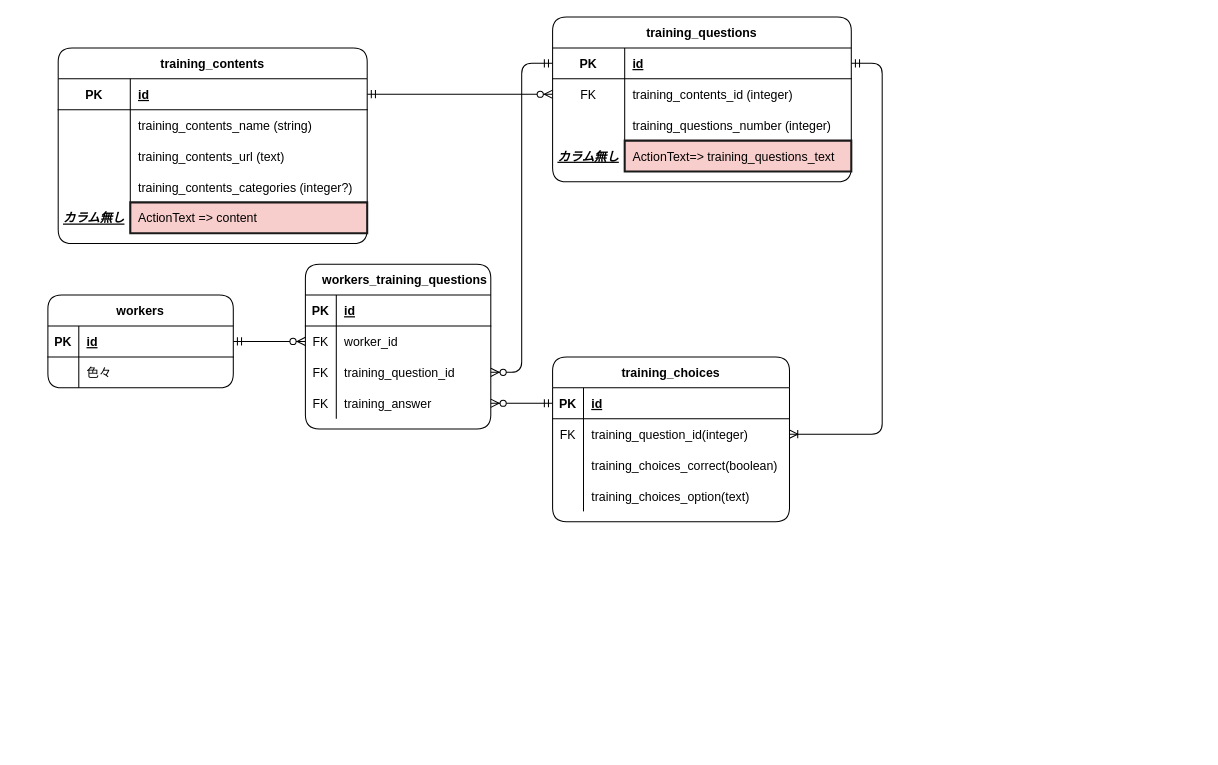
Earlier version of the draw.io diagram page "Comoly-共有用" (2 of 2) of models.drawio (Yuluki-10/quiz-app). Source tidied: cells renumbered, new cells numbered last; positions are measured from the earlier drawing's top-left corner, leaving out a move shared by most shapes. Both pictures are drawn from the tidied source at 103%, with x=0, y=0 at pixel (47, 16).
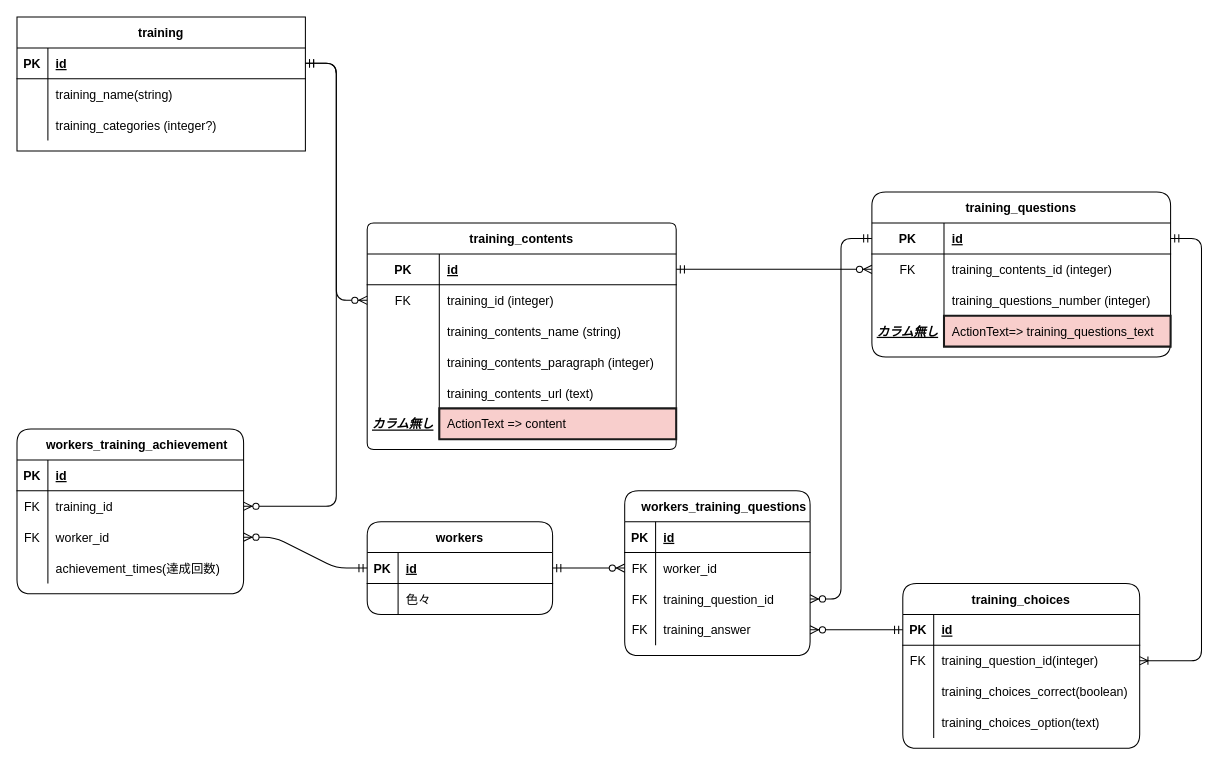
The same diagram, later.

Unchanged cells that the change refers to:
```xml
<mxCell id="32" style="shape=partialRectangle;fillColor=none;top=0;left=0;bottom=1;right=0;points=[[0,0.5],[1,0.5]];portConstraint=eastwest;rounded=1;" parent="31" vertex="1">
  <mxGeometry y="30" width="180" height="30" as="geometry" />
</mxCell>
```

Change to the diagram source:
```diff
@@
-    <mxCell id="2" value="training_contents" style="shape=table;startSize=30;childLayout=tableLayout;rowLines=0;fontStyle=1;align=center;rounded=1;" parent="1" vertex="1">
-      <mxGeometry x="10" y="30" width="300" height="190" as="geometry" />
+    <mxCell id="2" value="training_contents" style="shape=table;startSize=30;childLayout=tableLayout;rowLines=0;fontStyle=1;align=center;rounded=1;arcSize=7;" parent="1" vertex="1">
+      <mxGeometry x="310" y="200" width="300" height="220" as="geometry" />
     </mxCell>
@@
+    <mxCell id="69" style="shape=partialRectangle;fillColor=none;top=0;left=0;bottom=0;right=0;points=[[0,0.5],[1,0.5]];portConstraint=eastwest;rounded=1;" parent="2" vertex="1">
+      <mxGeometry y="60" width="300" height="30" as="geometry" />
+    </mxCell>
+    <mxCell id="70" value="FK" style="shape=partialRectangle;fillColor=none;top=0;left=0;bottom=0;right=0;overflow=hidden;rounded=1;" parent="69" vertex="1">
+      <mxGeometry width="70" height="30" as="geometry" />
+    </mxCell>
+    <mxCell id="71" value="training_id (integer)" style="shape=partialRectangle;fillColor=none;top=0;left=0;bottom=0;right=0;align=left;spacingLeft=6;overflow=hidden;rounded=1;" parent="69" vertex="1">
+      <mxGeometry x="70" width="230" height="30" as="geometry" />
+    </mxCell>
     <mxCell id="6" style="shape=partialRectangle;fillColor=none;top=0;left=0;bottom=0;right=0;rounded=1;" parent="2" vertex="1">
-      <mxGeometry y="60" width="300" height="30" as="geometry" />
+      <mxGeometry y="90" width="300" height="30" as="geometry" />
     </mxCell>
@@
-    <mxCell id="8" value="training_contents_name (string)" style="shape=partialRectangle;fillColor=none;top=0;left=0;bottom=0;right=0;align=left;spacingLeft=6;overflow=hidden;rounded=1;" parent="6" vertex="1">
+    <mxCell id="8" value="training_contents_name (string)" style="shape=partialRectangle;fillColor=none;top=0;left=0;bottom=0;right=0;align=left;spacingLeft=6;overflow=hidden;rounded=1;" parent="6" vertex="1">
       <mxGeometry x="70" width="230" height="30" as="geometry" />
     </mxCell>
+    <mxCell id="12" style="shape=partialRectangle;fillColor=none;top=0;left=0;bottom=0;right=0;rounded=1;" parent="2" vertex="1">
+      <mxGeometry y="120" width="300" height="30" as="geometry" />
+    </mxCell>
+    <mxCell id="13" style="shape=partialRectangle;fillColor=none;top=0;left=0;bottom=0;right=0;overflow=hidden;rounded=1;" parent="12" vertex="1">
+      <mxGeometry width="70" height="30" as="geometry" />
+    </mxCell>
+    <mxCell id="14" value="training_contents_paragraph (integer)" style="shape=partialRectangle;fillColor=none;top=0;left=0;bottom=0;right=0;align=left;spacingLeft=6;overflow=hidden;rounded=1;" parent="12" vertex="1">
+      <mxGeometry x="70" width="230" height="30" as="geometry" />
+    </mxCell>
     <mxCell id="9" style="shape=partialRectangle;fillColor=none;top=0;left=0;bottom=0;right=0;rounded=1;" parent="2" vertex="1">
-      <mxGeometry y="90" width="300" height="30" as="geometry" />
+      <mxGeometry y="150" width="300" height="30" as="geometry" />
     </mxCell>
@@
-    <mxCell id="12" style="shape=partialRectangle;fillColor=none;top=0;left=0;bottom=0;right=0;rounded=1;" parent="2" vertex="1">
-      <mxGeometry y="120" width="300" height="30" as="geometry" />
-    </mxCell>
-    <mxCell id="13" style="shape=partialRectangle;fillColor=none;top=0;left=0;bottom=0;right=0;overflow=hidden;rounded=1;" parent="12" vertex="1">
-      <mxGeometry width="70" height="30" as="geometry" />
-    </mxCell>
-    <mxCell id="14" value="training_contents_categories (integer?)" style="shape=partialRectangle;fillColor=none;top=0;left=0;bottom=0;right=0;align=left;spacingLeft=6;overflow=hidden;rounded=1;" parent="12" vertex="1">
-      <mxGeometry x="70" width="230" height="30" as="geometry" />
-    </mxCell>
     <mxCell id="15" style="shape=partialRectangle;fillColor=none;top=0;left=0;bottom=0;right=0;rounded=1;fontStyle=1;" parent="2" vertex="1">
-      <mxGeometry y="150" width="300" height="30" as="geometry" />
+      <mxGeometry y="180" width="300" height="30" as="geometry" />
     </mxCell>
@@
     <mxCell id="18" value="training_questions" style="shape=table;startSize=30;childLayout=tableLayout;rowLines=0;fontStyle=1;align=center;rounded=1;" parent="1" vertex="1">
-      <mxGeometry x="490" width="290" height="160" as="geometry" />
+      <mxGeometry x="800" y="170" width="290" height="160" as="geometry" />
     </mxCell>
@@
     <mxCell id="31" value="workers" style="shape=table;startSize=30;childLayout=tableLayout;rowLines=0;fontStyle=1;align=center;rounded=1;" parent="1" vertex="1">
-      <mxGeometry y="270" width="180" height="90" as="geometry" />
+      <mxGeometry x="310" y="490" width="180" height="90" as="geometry" />
     </mxCell>
@@
     <mxCell id="38" value="training_choices" style="shape=table;startSize=30;childLayout=tableLayout;rowLines=0;fontStyle=1;align=center;rounded=1;" parent="1" vertex="1">
-      <mxGeometry x="490" y="330" width="230" height="160" as="geometry" />
+      <mxGeometry x="830" y="550" width="230" height="160" as="geometry" />
     </mxCell>
@@
     <mxCell id="51" value="    workers_training_questions" style="shape=table;startSize=30;childLayout=tableLayout;rowLines=0;fontStyle=1;align=center;rounded=1;" parent="1" vertex="1">
-      <mxGeometry x="250" y="240" width="180" height="160" as="geometry" />
+      <mxGeometry x="560" y="460" width="180" height="160" as="geometry" />
     </mxCell>
@@
+    <mxCell id="72" value="training" style="shape=table;startSize=30;childLayout=tableLayout;rowLines=0;fontStyle=1;align=center;" parent="1" vertex="1">
+      <mxGeometry x="-30" width="280" height="130" as="geometry" />
+    </mxCell>
+    <mxCell id="73" style="shape=partialRectangle;fillColor=none;top=0;left=0;bottom=1;right=0;points=[[0,0.5],[1,0.5]];portConstraint=eastwest;" parent="72" vertex="1">
+      <mxGeometry y="30" width="280" height="30" as="geometry" />
+    </mxCell>
+    <mxCell id="74" value="PK" style="shape=partialRectangle;fillColor=none;top=0;left=0;bottom=0;right=0;fontStyle=1;overflow=hidden;" parent="73" vertex="1">
+      <mxGeometry width="30" height="30" as="geometry" />
+    </mxCell>
+    <mxCell id="75" value="id" style="shape=partialRectangle;fillColor=none;top=0;left=0;bottom=0;right=0;align=left;spacingLeft=6;fontStyle=5;overflow=hidden;" parent="73" vertex="1">
+      <mxGeometry x="30" width="250" height="30" as="geometry" />
+    </mxCell>
+    <mxCell id="76" style="shape=partialRectangle;fillColor=none;top=0;left=0;bottom=0;right=0;" parent="72" vertex="1">
+      <mxGeometry y="60" width="280" height="30" as="geometry" />
+    </mxCell>
+    <mxCell id="77" style="shape=partialRectangle;fillColor=none;top=0;left=0;bottom=0;right=0;overflow=hidden;" parent="76" vertex="1">
+      <mxGeometry width="30" height="30" as="geometry" />
+    </mxCell>
+    <mxCell id="78" value="training_name(string)" style="shape=partialRectangle;fillColor=none;top=0;left=0;bottom=0;right=0;align=left;spacingLeft=6;overflow=hidden;" parent="76" vertex="1">
+      <mxGeometry x="30" width="250" height="30" as="geometry" />
+    </mxCell>
+    <mxCell id="79" style="shape=partialRectangle;fillColor=none;top=0;left=0;bottom=0;right=0;" parent="72" vertex="1">
+      <mxGeometry y="90" width="280" height="30" as="geometry" />
+    </mxCell>
+    <mxCell id="80" style="shape=partialRectangle;fillColor=none;top=0;left=0;bottom=0;right=0;overflow=hidden;" parent="79" vertex="1">
+      <mxGeometry width="30" height="30" as="geometry" />
+    </mxCell>
+    <mxCell id="81" value="training_categories (integer?)" style="shape=partialRectangle;fillColor=none;top=0;left=0;bottom=0;right=0;align=left;spacingLeft=6;overflow=hidden;" parent="79" vertex="1">
+      <mxGeometry x="30" width="250" height="30" as="geometry" />
+    </mxCell>
+    <mxCell id="82" style="edgeStyle=entityRelationEdgeStyle;fontSize=12;html=1;endArrow=ERzeroToMany;startArrow=ERmandOne;" parent="1" edge="1" source="73" target="69">
+      <mxGeometry relative="1" as="geometry" />
+    </mxCell>
+    <mxCell id="83" value="    workers_training_achievement" style="shape=table;startSize=30;childLayout=tableLayout;rowLines=0;fontStyle=1;align=center;rounded=1;" parent="1" vertex="1">
+      <mxGeometry x="-30" y="400" width="220" height="160" as="geometry" />
+    </mxCell>
+    <mxCell id="84" style="shape=partialRectangle;fillColor=none;top=0;left=0;bottom=1;right=0;rounded=1;" parent="83" vertex="1">
+      <mxGeometry y="30" width="220" height="30" as="geometry" />
+    </mxCell>
+    <mxCell id="85" value="PK" style="shape=partialRectangle;fillColor=none;top=0;left=0;bottom=0;right=0;fontStyle=1;overflow=hidden;rounded=1;" parent="84" vertex="1">
+      <mxGeometry width="30" height="30" as="geometry" />
+    </mxCell>
+    <mxCell id="86" value="id" style="shape=partialRectangle;fillColor=none;top=0;left=0;bottom=0;right=0;align=left;spacingLeft=6;fontStyle=5;overflow=hidden;rounded=1;" parent="84" vertex="1">
+      <mxGeometry x="30" width="190" height="30" as="geometry" />
+    </mxCell>
+    <mxCell id="87" style="shape=partialRectangle;fillColor=none;top=0;left=0;bottom=0;right=0;points=[[0,0.5],[1,0.5]];portConstraint=eastwest;rounded=1;" parent="83" vertex="1">
+      <mxGeometry y="60" width="220" height="30" as="geometry" />
+    </mxCell>
+    <mxCell id="88" value="FK" style="shape=partialRectangle;fillColor=none;top=0;left=0;bottom=0;right=0;overflow=hidden;rounded=1;" parent="87" vertex="1">
+      <mxGeometry width="30" height="30" as="geometry" />
+    </mxCell>
+    <mxCell id="89" value="training_id" style="shape=partialRectangle;fillColor=none;top=0;left=0;bottom=0;right=0;align=left;spacingLeft=6;overflow=hidden;rounded=1;" parent="87" vertex="1">
+      <mxGeometry x="30" width="190" height="30" as="geometry" />
+    </mxCell>
+    <mxCell id="90" style="shape=partialRectangle;fillColor=none;top=0;left=0;bottom=0;right=0;points=[[0,0.5],[1,0.5]];portConstraint=eastwest;rounded=1;" parent="83" vertex="1">
+      <mxGeometry y="90" width="220" height="30" as="geometry" />
+    </mxCell>
+    <mxCell id="91" value="FK" style="shape=partialRectangle;fillColor=none;top=0;left=0;bottom=0;right=0;overflow=hidden;rounded=1;" parent="90" vertex="1">
+      <mxGeometry width="30" height="30" as="geometry" />
+    </mxCell>
+    <mxCell id="92" value="worker_id" style="shape=partialRectangle;fillColor=none;top=0;left=0;bottom=0;right=0;align=left;spacingLeft=6;overflow=hidden;rounded=1;" parent="90" vertex="1">
+      <mxGeometry x="30" width="190" height="30" as="geometry" />
+    </mxCell>
+    <mxCell id="93" style="shape=partialRectangle;fillColor=none;top=0;left=0;bottom=0;right=0;rounded=1;" parent="83" vertex="1">
+      <mxGeometry y="120" width="220" height="30" as="geometry" />
+    </mxCell>
+    <mxCell id="94" style="shape=partialRectangle;fillColor=none;top=0;left=0;bottom=0;right=0;overflow=hidden;rounded=1;" parent="93" vertex="1">
+      <mxGeometry width="30" height="30" as="geometry" />
+    </mxCell>
+    <mxCell id="95" value="achievement_times(達成回数)" style="shape=partialRectangle;fillColor=none;top=0;left=0;bottom=0;right=0;align=left;spacingLeft=6;overflow=hidden;rounded=1;" parent="93" vertex="1">
+      <mxGeometry x="30" width="190" height="30" as="geometry" />
+    </mxCell>
+    <mxCell id="96" style="edgeStyle=entityRelationEdgeStyle;fontSize=12;html=1;endArrow=ERzeroToMany;startArrow=ERmandOne;" parent="1" edge="1" source="73" target="87">
+      <mxGeometry relative="1" as="geometry" />
+    </mxCell>
+    <mxCell id="97" style="edgeStyle=entityRelationEdgeStyle;fontSize=12;html=1;endArrow=ERzeroToMany;startArrow=ERmandOne;" parent="1" edge="1" source="32" target="90">
+      <mxGeometry relative="1" as="geometry" />
+    </mxCell>
```
